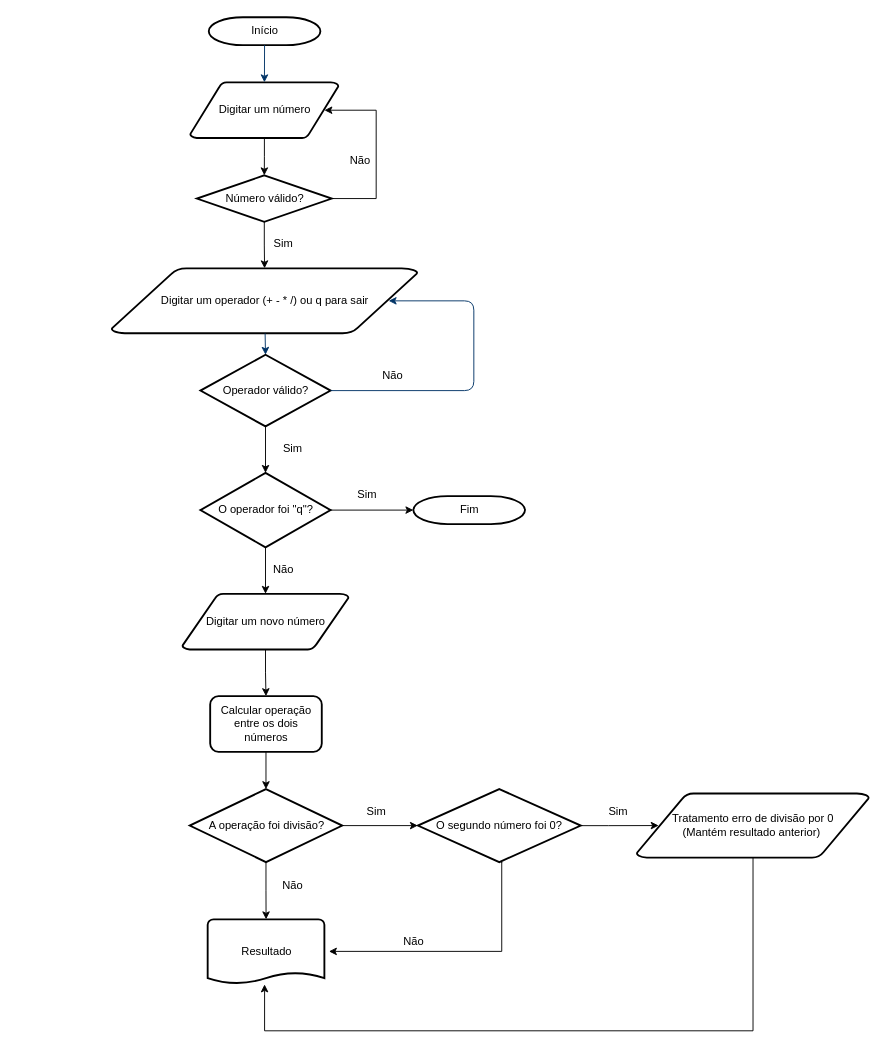
Before: Diagrama sem nome.drawio in igorifsp/Exercicio-Aula-4, a draw.io diagram. Source tidied: cells renumbered, new cells numbered last; positions are measured from the earlier drawing's top-left corner, leaving out a move shared by most shapes. Both pictures are drawn from the tidied source at 93%, with x=0, y=0 at pixel (111, 17).
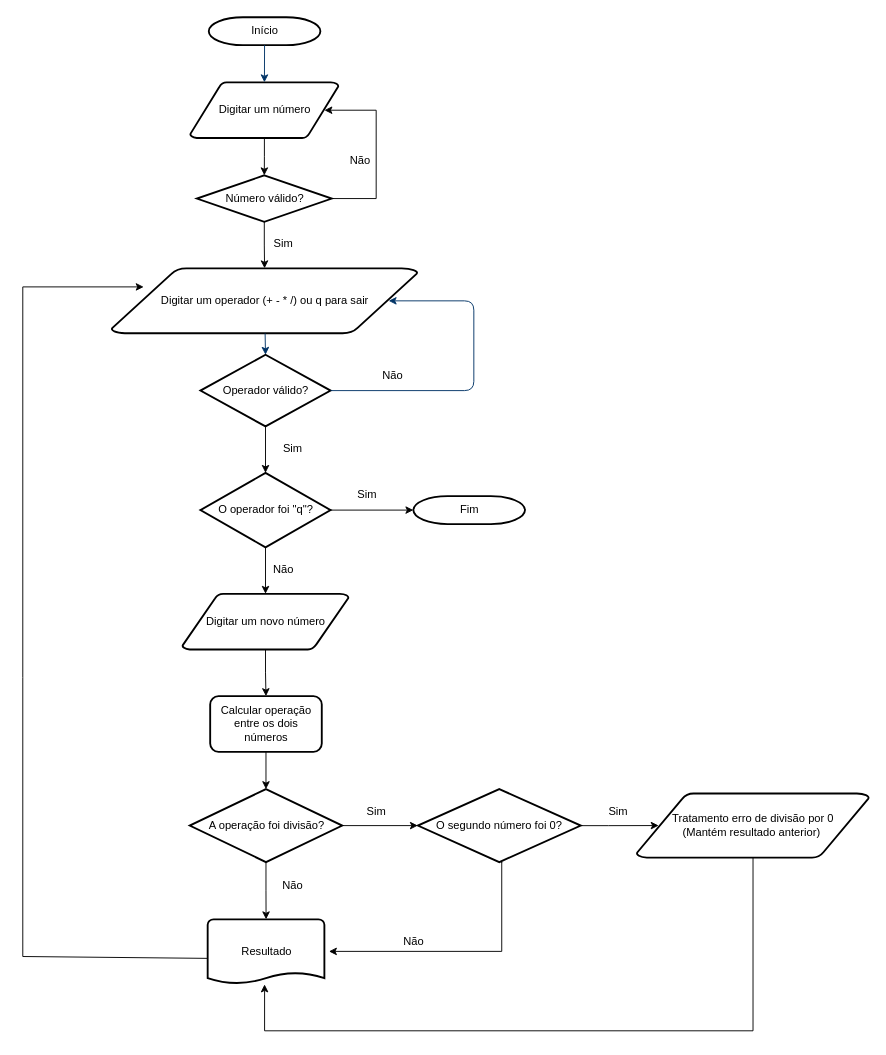
The same page after the edit.

Unchanged cells that the change refers to:
```xml
<mxCell id="13" value="Resultado" style="shape=mxgraph.flowchart.document;strokeWidth=2;gradientColor=none;gradientDirection=north;fontStyle=0;html=1;" parent="1" vertex="1">
  <mxGeometry x="103.8" y="970" width="125.5" height="70" as="geometry" />
</mxCell>
```

The edit, as a diff of the source:
```diff
@@
+    <mxCell id="41" style="endArrow=classic;html=1;rounded=0;exitX=-0.006;exitY=0.6;exitDx=0;exitDy=0;exitPerimeter=0;" parent="1" edge="1" source="13">
+      <mxGeometry relative="1" as="geometry">
+        <mxPoint x="35" y="290" as="targetPoint" />
+        <Array as="points">
+          <mxPoint x="-95" y="1010" />
+          <mxPoint x="-95" y="710" />
+          <mxPoint x="-95" y="290" />
+        </Array>
+      </mxGeometry>
+    </mxCell>
```
